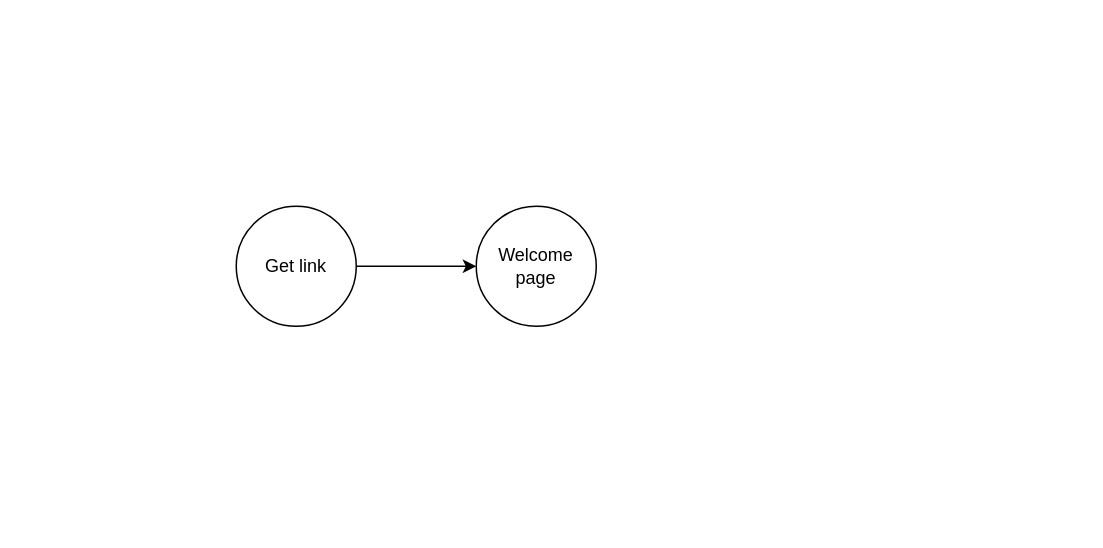
olleharstedt/diagrams.net keeps this draw.io diagram as Take a survey flow.drawio. Above is the earlier version. Source tidied: cells renumbered, new cells numbered last; positions are measured from the earlier drawing's top-left corner, leaving out a move shared by most shapes. Both pictures are drawn from the tidied source at 150%, with x=0, y=0 at pixel (236, 206).
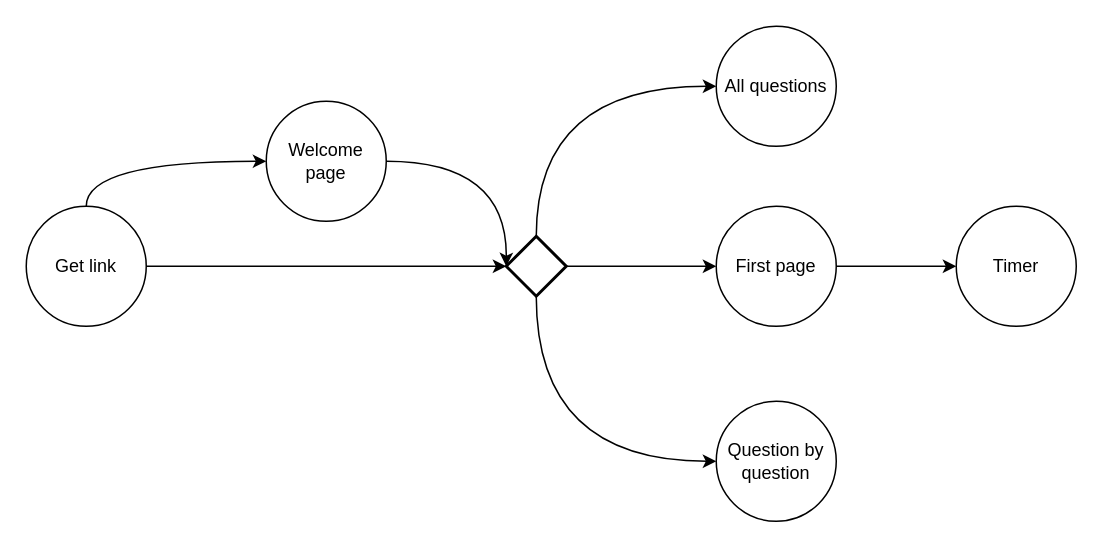
After the change.

Diff of the diagram source:
```diff
@@
-    <mxCell id="2" style="edgeStyle=orthogonalEdgeStyle;rounded=0;jettySize=auto;html=1;" parent="1" edge="1" source="3" target="4">
-      <mxGeometry relative="1" as="geometry" />
+    <mxCell id="2" style="edgeStyle=orthogonalEdgeStyle;curved=1;jettySize=auto;html=1;" parent="1" edge="1" source="3" target="4">
+      <mxGeometry relative="1" as="geometry">
+        <Array as="points">
+          <mxPoint x="-100" y="-30" />
+        </Array>
+      </mxGeometry>
     </mxCell>
+    <mxCell id="5" style="edgeStyle=orthogonalEdgeStyle;curved=1;jettySize=auto;html=1;" parent="1" edge="1" source="3">
+      <mxGeometry relative="1" as="geometry">
+        <mxPoint x="180" y="40" as="targetPoint" />
+      </mxGeometry>
+    </mxCell>
     <mxCell id="3" value="Get link" style="ellipse;whiteSpace=wrap;html=1;" parent="1" vertex="1">
-      <mxGeometry width="80" height="80" as="geometry" />
+      <mxGeometry x="-140" width="80" height="80" as="geometry" />
     </mxCell>
+    <mxCell id="6" style="edgeStyle=orthogonalEdgeStyle;rounded=0;jettySize=auto;html=1;exitX=1;exitY=0.5;exitDx=0;exitDy=0;exitPerimeter=0;" parent="1" edge="1" source="13" target="10">
+      <mxGeometry relative="1" as="geometry" />
+    </mxCell>
+    <mxCell id="7" style="edgeStyle=orthogonalEdgeStyle;jettySize=auto;html=1;curved=1;exitX=0.5;exitY=0;exitDx=0;exitDy=0;exitPerimeter=0;" parent="1" edge="1" source="13" target="11">
+      <mxGeometry relative="1" as="geometry">
+        <Array as="points">
+          <mxPoint x="200" y="-80" />
+        </Array>
+      </mxGeometry>
+    </mxCell>
+    <mxCell id="8" style="edgeStyle=orthogonalEdgeStyle;curved=1;jettySize=auto;html=1;exitX=0.5;exitY=1;exitDx=0;exitDy=0;exitPerimeter=0;" parent="1" edge="1" source="13" target="12">
+      <mxGeometry relative="1" as="geometry">
+        <Array as="points">
+          <mxPoint x="200" y="170" />
+        </Array>
+      </mxGeometry>
+    </mxCell>
+    <mxCell id="9" style="edgeStyle=orthogonalEdgeStyle;curved=1;jettySize=auto;html=1;" parent="1" edge="1" source="10" target="15">
+      <mxGeometry relative="1" as="geometry" />
+    </mxCell>
+    <mxCell id="10" value="First page" style="ellipse;whiteSpace=wrap;html=1;" parent="1" vertex="1">
+      <mxGeometry x="320" width="80" height="80" as="geometry" />
+    </mxCell>
+    <mxCell id="11" value="All questions" style="ellipse;whiteSpace=wrap;html=1;" parent="1" vertex="1">
+      <mxGeometry x="320" y="-120" width="80" height="80" as="geometry" />
+    </mxCell>
+    <mxCell id="12" value="Question by question" style="ellipse;whiteSpace=wrap;html=1;" parent="1" vertex="1">
+      <mxGeometry x="320" y="130" width="80" height="80" as="geometry" />
+    </mxCell>
+    <mxCell id="13" style="strokeWidth=2;html=1;shape=mxgraph.flowchart.decision;whiteSpace=wrap;" parent="1" vertex="1">
+      <mxGeometry x="180" y="20" width="40" height="40" as="geometry" />
+    </mxCell>
+    <mxCell id="14" style="edgeStyle=orthogonalEdgeStyle;curved=1;jettySize=auto;html=1;" parent="1" edge="1" source="4">
+      <mxGeometry relative="1" as="geometry">
+        <mxPoint x="180" y="40" as="targetPoint" />
+      </mxGeometry>
+    </mxCell>
     <mxCell id="4" value="Welcome page" style="ellipse;whiteSpace=wrap;html=1;" parent="1" vertex="1">
-      <mxGeometry x="160" width="80" height="80" as="geometry" />
+      <mxGeometry x="20" y="-70" width="80" height="80" as="geometry" />
     </mxCell>
+    <mxCell id="15" value="Timer" style="ellipse;whiteSpace=wrap;html=1;" parent="1" vertex="1">
+      <mxGeometry x="480" width="80" height="80" as="geometry" />
+    </mxCell>
```
